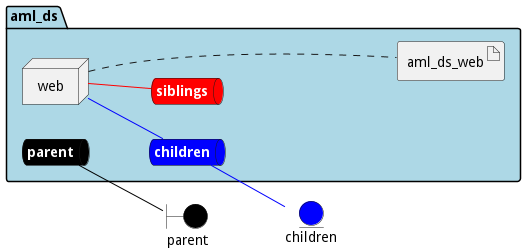
This is docs/edgemere/aml/ds/envs/prod/deployment.png from madajaju/edgemere, a PlantUML export, as it was before one commit.
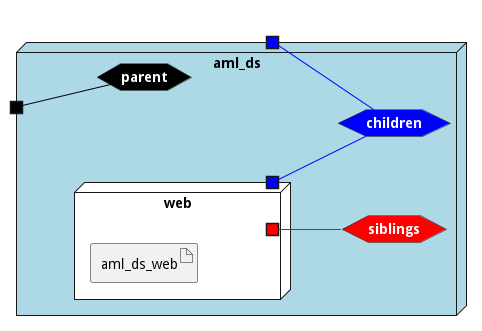
The same diagram one commit later.

Diff of the diagram source:
```diff
@@ -3,43 +3,45 @@
 left to right direction
 
 
-boundary parent #black
-
-
-entity children #blue
 
 
 
 
-package "aml_ds" #lightblue {
-    queue parentnet #black [
+
+node "aml_ds" #lightblue {
+
+
+    hexagon parentnet #black [
             <b><color:white>parent</color></b>
     ]
 
-    parentnet -[#black]- parent
+    portin " " as parentnetPortIn #black
+    parentnetPortIn -[#black]- parentnet
 
-    queue childrennet #blue [
+    hexagon childrennet #blue [
             <b><color:white>children</color></b>
     ]
 
-    childrennet -[#blue]- children
+    portout " " as childrennetPortOut #blue
+    childrennet -[#blue]- childrennetPortOut
 
-    queue siblingsnet #red [
+    hexagon siblingsnet #red [
             <b><color:white>siblings</color></b>
     ]
 
 
-node "web" as webService
+node "web" as webService #white {
+    portOut " " as webServicechildrennet #blue
+   webServicechildrennet -[#blue]- childrennet
+       portOut " " as webServicesiblingsnet #red
+   webServicesiblingsnet -[#red]- siblingsnet
 
 
-        artifact "aml_ds_web" as aml_ds_webimage
+    artifact "aml_ds_web" as aml_ds_webimage
 
 }
 
-webService -[#blue]- childrennet
-
-webService -[#red]- siblingsnet
-webService .... aml_ds_webimage
+}
 
 
 @enduml
```
